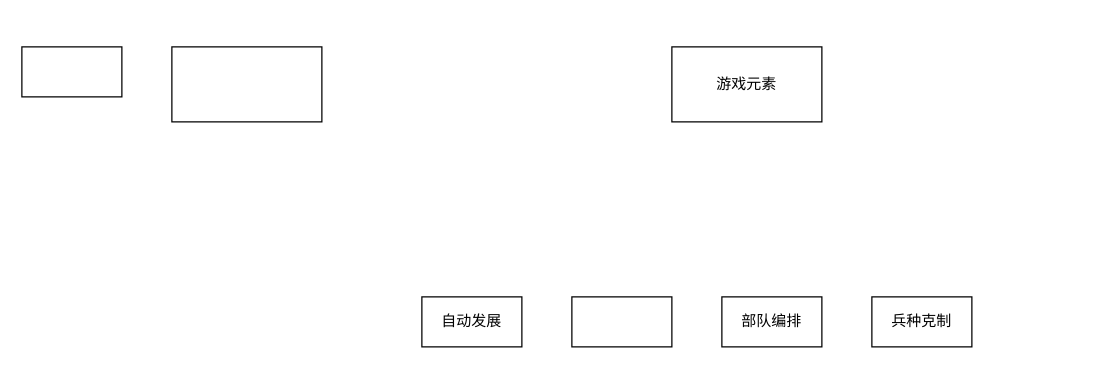
Earlier version of the draw.io diagram 未命名绘图.drawio (chenxing61/Bite-Sized-RTS). Source tidied: cells renumbered, new cells numbered last; positions are measured from the earlier drawing's top-left corner, leaving out a move shared by most shapes. Both pictures are drawn from the tidied source at 125%, with x=0, y=0 at pixel (21, 46).
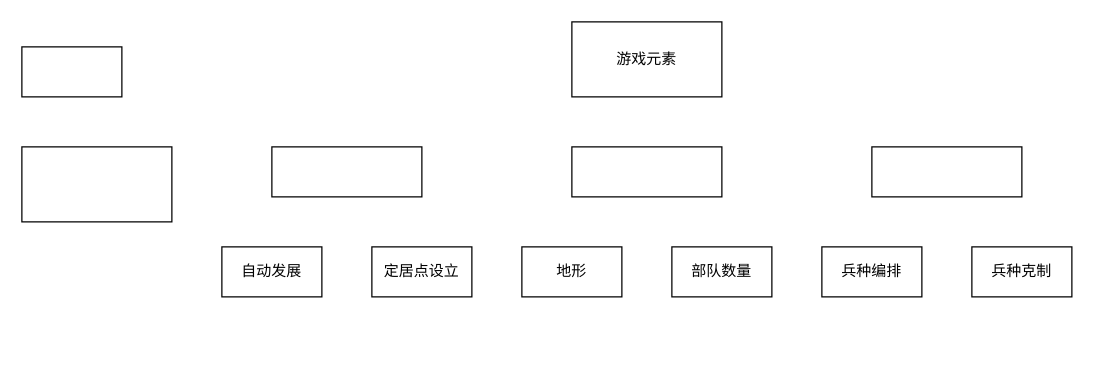
The same diagram, later.

What changed in the source:
```diff
@@
 <mxGraphModel>
   <root>
     <mxCell id="0" />
     <mxCell id="1" parent="0" />
     <mxCell id="2" style="rounded=0;whiteSpace=wrap;html=1;" parent="1" vertex="1">
       <mxGeometry width="80" height="40" as="geometry" />
     </mxCell>
     <mxCell id="3" style="rounded=0;whiteSpace=wrap;html=1;" parent="1" vertex="1">
-      <mxGeometry x="120" width="120" height="60" as="geometry" />
+      <mxGeometry y="80" width="120" height="60" as="geometry" />
     </mxCell>
     <mxCell id="4" value="游戏元素" style="rounded=0;whiteSpace=wrap;html=1;" parent="1" vertex="1">
-      <mxGeometry x="520" width="120" height="60" as="geometry" />
+      <mxGeometry x="440" y="-20" width="120" height="60" as="geometry" />
     </mxCell>
-    <mxCell id="5" value="部队编排" style="rounded=0;whiteSpace=wrap;html=1;" parent="1" vertex="1">
-      <mxGeometry x="560" y="200" width="80" height="40" as="geometry" />
+    <mxCell id="5" value="兵种编排" style="rounded=0;whiteSpace=wrap;html=1;" parent="1" vertex="1">
+      <mxGeometry x="640" y="160" width="80" height="40" as="geometry" />
     </mxCell>
     <mxCell id="6" value="自动发展" style="rounded=0;whiteSpace=wrap;html=1;" parent="1" vertex="1">
-      <mxGeometry x="320" y="200" width="80" height="40" as="geometry" />
+      <mxGeometry x="160" y="160" width="80" height="40" as="geometry" />
     </mxCell>
-    <mxCell id="7" style="rounded=0;whiteSpace=wrap;html=1;" parent="1" vertex="1">
-      <mxGeometry x="440" y="200" width="80" height="40" as="geometry" />
+    <mxCell id="7" value="定居点设立" style="rounded=0;whiteSpace=wrap;html=1;" parent="1" vertex="1">
+      <mxGeometry x="280" y="160" width="80" height="40" as="geometry" />
     </mxCell>
     <mxCell id="8" value="兵种克制" style="rounded=0;whiteSpace=wrap;html=1;" parent="1" vertex="1">
-      <mxGeometry x="680" y="200" width="80" height="40" as="geometry" />
+      <mxGeometry x="760" y="160" width="80" height="40" as="geometry" />
     </mxCell>
+    <mxCell id="9" value="地形" style="rounded=0;whiteSpace=wrap;html=1;" parent="1" vertex="1">
+      <mxGeometry x="400" y="160" width="80" height="40" as="geometry" />
+    </mxCell>
+    <mxCell id="10" value="部队数量" style="rounded=0;whiteSpace=wrap;html=1;" parent="1" vertex="1">
+      <mxGeometry x="520" y="160" width="80" height="40" as="geometry" />
+    </mxCell>
+    <mxCell id="11" style="rounded=0;whiteSpace=wrap;html=1;" parent="1" vertex="1">
+      <mxGeometry x="200" y="80" width="120" height="40" as="geometry" />
+    </mxCell>
+    <mxCell id="12" style="rounded=0;whiteSpace=wrap;html=1;" parent="1" vertex="1">
+      <mxGeometry x="440" y="80" width="120" height="40" as="geometry" />
+    </mxCell>
+    <mxCell id="13" style="rounded=0;whiteSpace=wrap;html=1;" parent="1" vertex="1">
+      <mxGeometry x="680" y="80" width="120" height="40" as="geometry" />
+    </mxCell>
   </root>
 </mxGraphModel>
```
